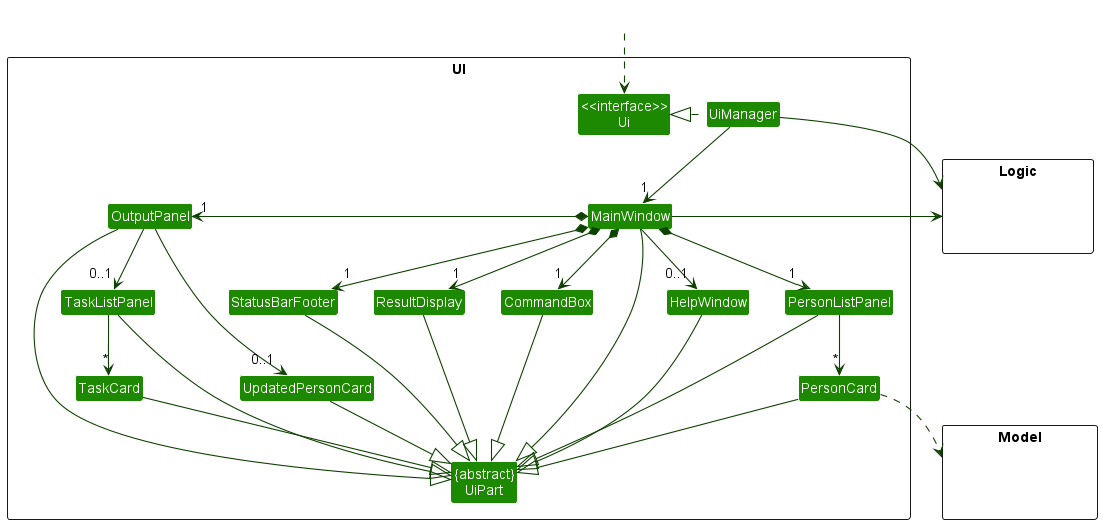
Earlier version of the PlantUML export docs/images/UiClassDiagram.png (nus-cs2103-AY2223S1/tp).
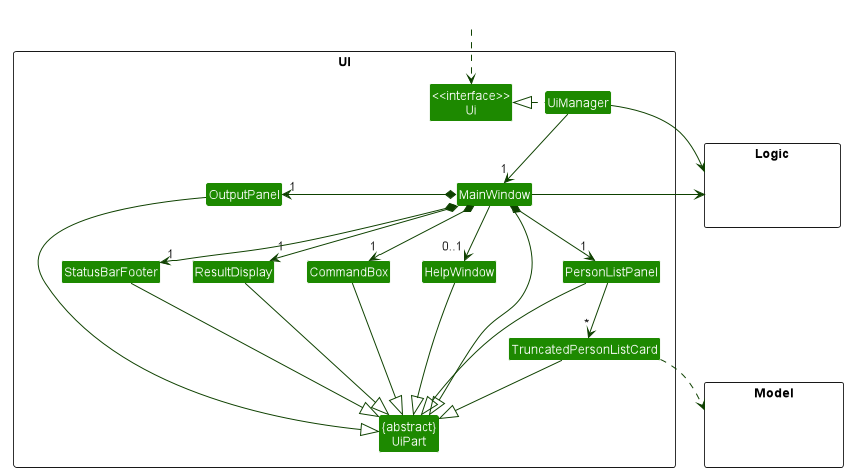
Later version of the same file.

The edit, as a diff of the source:
```diff
@@ -12,13 +12,10 @@
 Class HelpWindow
 Class ResultDisplay
 Class PersonListPanel
-Class PersonCard
+Class TruncatedPersonListCard
 Class StatusBarFooter
 Class CommandBox
 Class OutputPanel
-Class TaskListPanel
-Class TaskCard
-Class UpdatedPersonCard
 }
 
 package Model <<Rectangle>> {
@@ -42,26 +39,20 @@
 
 MainWindow --> "0..1" HelpWindow
 
-PersonListPanel -down-> "*" PersonCard
+PersonListPanel -down-> "*" TruncatedPersonListCard
 
-OutputPanel --> "0..1" TaskListPanel
-OutputPanel --> "0..1" UpdatedPersonCard
-TaskListPanel --> "*" TaskCard
 
 MainWindow -left-|> UiPart
 
 ResultDisplay --|> UiPart
 CommandBox --|> UiPart
 PersonListPanel --|> UiPart
-PersonCard --|> UiPart
+TruncatedPersonListCard --|> UiPart
 StatusBarFooter --|> UiPart
 HelpWindow --|> UiPart
 OutputPanel --|> UiPart
-TaskListPanel --|> UiPart
-TaskCard --|> UiPart
-UpdatedPersonCard --|> UiPart
 
-PersonCard ..> Model
+TruncatedPersonListCard ..> Model
 UiManager -right-> Logic
 MainWindow -left-> Logic
 
```
